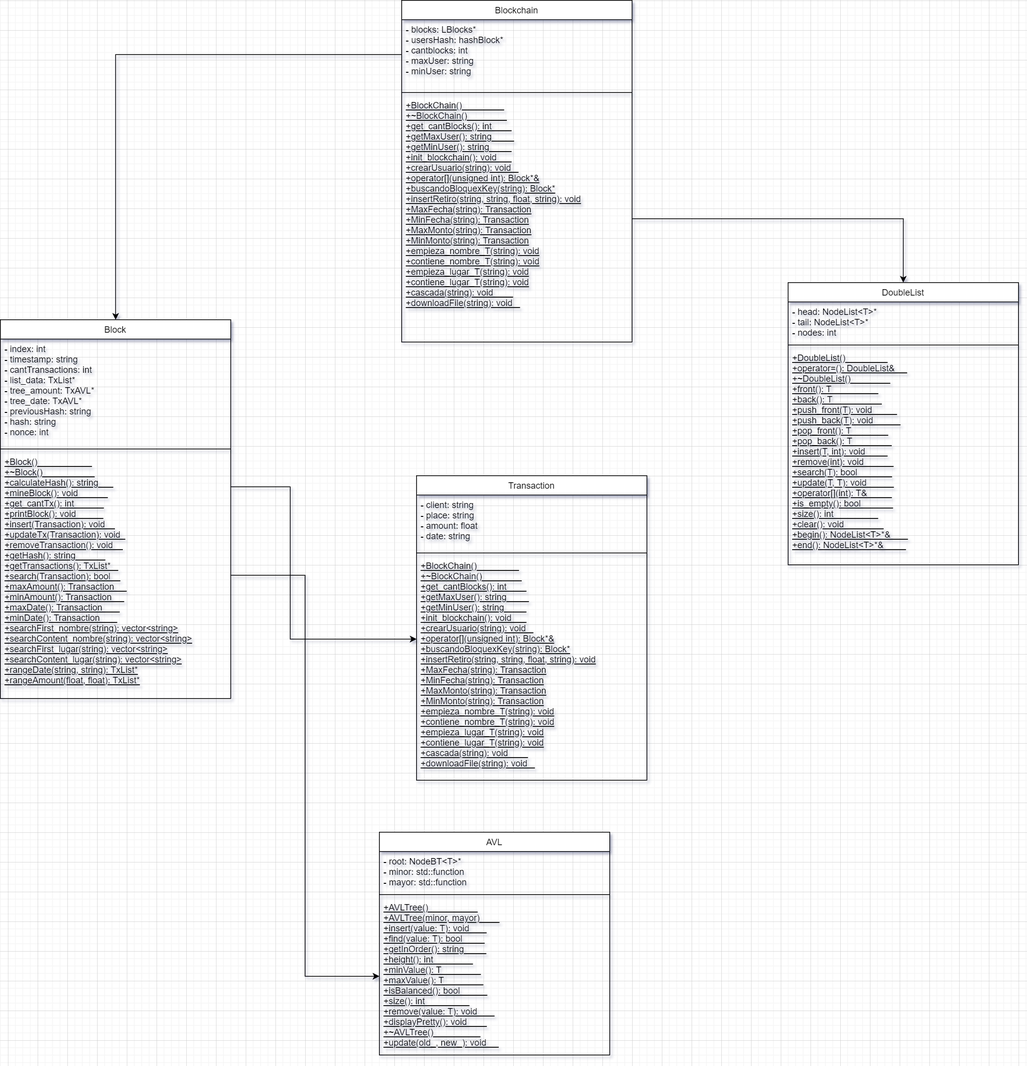
Before: assets/Blockchain.png, a diagram exported from draw.io (utec-cs-aed-2023-1/proyecto-proyecto-grupo-5). Source tidied: cells renumbered, new cells last; positions are measured from the earlier drawing's top-left corner, leaving out a move shared by most shapes. The source it was exported from:
```xml
<mxGraphModel>
  <root>
    <mxCell id="0" />
    <mxCell id="1" parent="0" />
    <mxCell id="2" style="edgeStyle=orthogonalEdgeStyle;rounded=0;jettySize=auto;html=1;" parent="1" edge="1" source="3" target="14">
      <mxGeometry relative="1" as="geometry">
        <Array as="points">
          <mxPoint x="390" y="655" />
          <mxPoint x="390" y="860" />
        </Array>
      </mxGeometry>
    </mxCell>
    <mxCell id="3" value="Block" style="swimlane;fontStyle=0;align=center;verticalAlign=top;horizontal=1;startSize=26;rounded=0;shadow=0;strokeWidth=1;" parent="1" vertex="1">
      <mxGeometry y="430" width="310" height="510" as="geometry" />
    </mxCell>
    <mxCell id="4" value="- index: int                  &#10;- timestamp: string           &#10;- cantTransactions: int       &#10;- list_data: TxList*          &#10;- tree_amount: TxAVL*         &#10;- tree_date: TxAVL*           &#10;- previousHash: string        &#10;- hash: string                &#10;- nonce: int " style="text;align=left;verticalAlign=top;spacingLeft=4;spacingRight=4;overflow=hidden;" parent="3" vertex="1">
      <mxGeometry y="26" width="310" height="144" as="geometry" />
    </mxCell>
    <mxCell id="5" style="line;html=1;strokeWidth=1;align=left;verticalAlign=middle;spacingTop=-1;spacingLeft=3;spacingRight=3;labelPosition=right;" parent="3" vertex="1">
      <mxGeometry y="170" width="310" height="8" as="geometry" />
    </mxCell>
    <mxCell id="6" value="+Block()                      &#10;+~Block()                     &#10;+calculateHash(): string      &#10;+mineBlock(): void            &#10;+get_cantTx(): int            &#10;+printBlock(): void           &#10;+insert(Transaction): void    &#10;+updateTx(Transaction): void  &#10;+removeTransaction(): void    &#10;+getHash(): string            &#10;+getTransactions(): TxList*   &#10;+search(Transaction): bool    &#10;+maxAmount(): Transaction     &#10;+minAmount(): Transaction     &#10;+maxDate(): Transaction       &#10;+minDate(): Transaction       &#10;+searchFirst_nombre(string): vector&lt;string&gt;&#10;+searchContent_nombre(string): vector&lt;string&gt;&#10;+searchFirst_lugar(string): vector&lt;string&gt;&#10;+searchContent_lugar(string): vector&lt;string&gt;&#10;+rangeDate(string, string): TxList*&#10;+rangeAmount(float, float): TxList*" style="text;align=left;verticalAlign=top;spacingLeft=4;spacingRight=4;overflow=hidden;points=[[0,0.5],[1,0.5]];portConstraint=eastwest;fontStyle=4;" parent="3" vertex="1">
      <mxGeometry y="178" width="310" height="332" as="geometry" />
    </mxCell>
    <mxCell id="7" value="Blockchain" style="swimlane;fontStyle=0;align=center;verticalAlign=top;horizontal=1;startSize=26;rounded=0;shadow=0;strokeWidth=1;" parent="1" vertex="1">
      <mxGeometry x="540" width="310" height="460" as="geometry" />
    </mxCell>
    <mxCell id="8" value="- blocks: LBlocks*            &#10;- usersHash: hashBlock*       &#10;- cantblocks: int             &#10;- maxUser: string             &#10;- minUser: string             " style="text;align=left;verticalAlign=top;spacingLeft=4;spacingRight=4;overflow=hidden;points=[[0,0.5],[1,0.5]];portConstraint=eastwest;" parent="7" vertex="1">
      <mxGeometry y="26" width="310" height="94" as="geometry" />
    </mxCell>
    <mxCell id="9" style="line;html=1;strokeWidth=1;align=left;verticalAlign=middle;spacingTop=-1;spacingLeft=3;spacingRight=3;labelPosition=right;" parent="7" vertex="1">
      <mxGeometry y="120" width="310" height="8" as="geometry" />
    </mxCell>
    <mxCell id="10" value="+BlockChain()                 &#10;+~BlockChain()                &#10;+get_cantBlocks(): int        &#10;+getMaxUser(): string         &#10;+getMinUser(): string         &#10;+init_blockchain(): void      &#10;+crearUsuario(string): void   &#10;+operator[](unsigned int): Block*&amp;&#10;+buscandoBloquexKey(string): Block*&#10;+insertRetiro(string, string, float, string): void&#10;+MaxFecha(string): Transaction&#10;+MinFecha(string): Transaction&#10;+MaxMonto(string): Transaction&#10;+MinMonto(string): Transaction&#10;+empieza_nombre_T(string): void&#10;+contiene_nombre_T(string): void&#10;+empieza_lugar_T(string): void&#10;+contiene_lugar_T(string): void&#10;+cascada(string): void        &#10;+downloadFile(string): void   " style="text;align=left;verticalAlign=top;spacingLeft=4;spacingRight=4;overflow=hidden;points=[[0,0.5],[1,0.5]];portConstraint=eastwest;fontStyle=4;" parent="7" vertex="1">
      <mxGeometry y="128" width="310" height="332" as="geometry" />
    </mxCell>
    <mxCell id="11" value="Transaction" style="swimlane;fontStyle=0;align=center;verticalAlign=top;horizontal=1;startSize=26;rounded=0;shadow=0;strokeWidth=1;" parent="1" vertex="1">
      <mxGeometry x="560" y="640" width="310" height="410" as="geometry" />
    </mxCell>
    <mxCell id="12" value="- client: string              &#10;- place: string               &#10;- amount: float               &#10;- date: string                " style="text;align=left;verticalAlign=top;spacingLeft=4;spacingRight=4;overflow=hidden;" parent="11" vertex="1">
      <mxGeometry y="26" width="310" height="74" as="geometry" />
    </mxCell>
    <mxCell id="13" style="line;html=1;strokeWidth=1;align=left;verticalAlign=middle;spacingTop=-1;spacingLeft=3;spacingRight=3;labelPosition=right;" parent="11" vertex="1">
      <mxGeometry y="100" width="310" height="8" as="geometry" />
    </mxCell>
    <mxCell id="14" value="+BlockChain()                 &#10;+~BlockChain()                &#10;+get_cantBlocks(): int        &#10;+getMaxUser(): string         &#10;+getMinUser(): string         &#10;+init_blockchain(): void      &#10;+crearUsuario(string): void   &#10;+operator[](unsigned int): Block*&amp;&#10;+buscandoBloquexKey(string): Block*&#10;+insertRetiro(string, string, float, string): void&#10;+MaxFecha(string): Transaction&#10;+MinFecha(string): Transaction&#10;+MaxMonto(string): Transaction&#10;+MinMonto(string): Transaction&#10;+empieza_nombre_T(string): void&#10;+contiene_nombre_T(string): void&#10;+empieza_lugar_T(string): void&#10;+contiene_lugar_T(string): void&#10;+cascada(string): void        &#10;+downloadFile(string): void   " style="text;align=left;verticalAlign=top;spacingLeft=4;spacingRight=4;overflow=hidden;points=[[0,0.5],[1,0.5]];portConstraint=eastwest;fontStyle=4;" parent="11" vertex="1">
      <mxGeometry y="108" width="310" height="302" as="geometry" />
    </mxCell>
    <mxCell id="15" style="edgeStyle=orthogonalEdgeStyle;rounded=0;jettySize=auto;html=1;" parent="1" edge="1" source="8" target="3">
      <mxGeometry relative="1" as="geometry" />
    </mxCell>
    <mxCell id="16" value="DoubleList" style="swimlane;fontStyle=0;align=center;verticalAlign=top;horizontal=1;startSize=26;rounded=0;shadow=0;strokeWidth=1;" parent="1" vertex="1">
      <mxGeometry x="1060" y="380" width="310" height="380" as="geometry" />
    </mxCell>
    <mxCell id="17" value="- head: NodeList&lt;T&gt;*          &#10;- tail: NodeList&lt;T&gt;*          &#10;- nodes: int                  " style="text;align=left;verticalAlign=top;spacingLeft=4;spacingRight=4;overflow=hidden;" parent="16" vertex="1">
      <mxGeometry y="26" width="310" height="54" as="geometry" />
    </mxCell>
    <mxCell id="18" style="line;html=1;strokeWidth=1;align=left;verticalAlign=middle;spacingTop=-1;spacingLeft=3;spacingRight=3;labelPosition=right;" parent="16" vertex="1">
      <mxGeometry y="80" width="310" height="8" as="geometry" />
    </mxCell>
    <mxCell id="19" value="+DoubleList()                 &#10;+operator=(): DoubleList&amp;     &#10;+~DoubleList()                &#10;+front(): T                   &#10;+back(): T                    &#10;+push_front(T): void          &#10;+push_back(T): void           &#10;+pop_front(): T               &#10;+pop_back(): T                &#10;+insert(T, int): void         &#10;+remove(int): void            &#10;+search(T): bool              &#10;+update(T, T): void           &#10;+operator[](int): T&amp;          &#10;+is_empty(): bool             &#10;+size(): int                  &#10;+clear(): void                &#10;+begin(): NodeList&lt;T&gt;*&amp;       &#10;+end(): NodeList&lt;T&gt;*&amp;         " style="text;align=left;verticalAlign=top;spacingLeft=4;spacingRight=4;overflow=hidden;fontStyle=4;" parent="16" vertex="1">
      <mxGeometry y="88" width="310" height="282" as="geometry" />
    </mxCell>
    <mxCell id="20" value="AVL" style="swimlane;fontStyle=0;align=center;verticalAlign=top;horizontal=1;startSize=26;rounded=0;shadow=0;strokeWidth=1;" parent="1" vertex="1">
      <mxGeometry x="510" y="1120" width="310" height="300" as="geometry" />
    </mxCell>
    <mxCell id="21" value="- root: NodeBT&lt;T&gt;*            &#10;- minor: std::function        &#10;- mayor: std::function        " style="text;align=left;verticalAlign=top;spacingLeft=4;spacingRight=4;overflow=hidden;" parent="20" vertex="1">
      <mxGeometry y="26" width="310" height="54" as="geometry" />
    </mxCell>
    <mxCell id="22" style="line;html=1;strokeWidth=1;align=left;verticalAlign=middle;spacingTop=-1;spacingLeft=3;spacingRight=3;labelPosition=right;" parent="20" vertex="1">
      <mxGeometry y="80" width="310" height="8" as="geometry" />
    </mxCell>
    <mxCell id="23" value="+AVLTree()                    &#10;+AVLTree(minor, mayor)        &#10;+insert(value: T): void       &#10;+find(value: T): bool         &#10;+getInOrder(): string         &#10;+height(): int                &#10;+minValue(): T                &#10;+maxValue(): T                &#10;+isBalanced(): bool           &#10;+size(): int                  &#10;+remove(value: T): void       &#10;+displayPretty(): void        &#10;+~AVLTree()                   &#10;+update(old_, new_): void     " style="text;align=left;verticalAlign=top;spacingLeft=4;spacingRight=4;overflow=hidden;points=[[0,0.5],[1,0.5]];portConstraint=eastwest;fontStyle=4;" parent="20" vertex="1">
      <mxGeometry y="88" width="310" height="212" as="geometry" />
    </mxCell>
    <mxCell id="24" style="edgeStyle=orthogonalEdgeStyle;rounded=0;jettySize=auto;html=1;" parent="1" edge="1" source="6" target="23">
      <mxGeometry relative="1" as="geometry" />
    </mxCell>
    <mxCell id="25" style="edgeStyle=orthogonalEdgeStyle;rounded=0;jettySize=auto;html=1;entryX=0.5;entryY=0;entryDx=0;entryDy=0;" parent="1" edge="1" source="10" target="16">
      <mxGeometry relative="1" as="geometry" />
    </mxCell>
  </root>
</mxGraphModel>
```
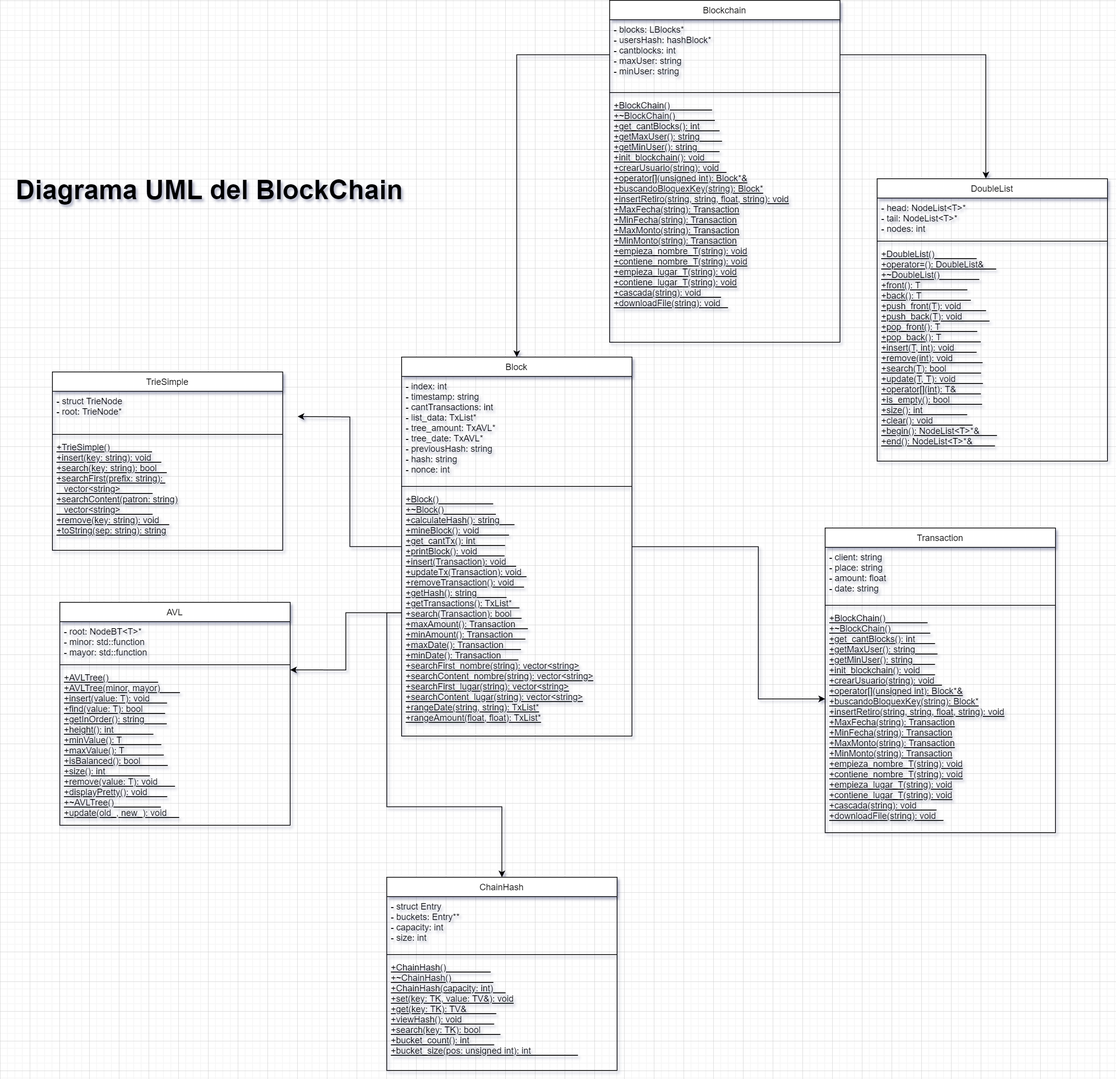
The same file after the commit.

Diff of the diagram source:
```diff
@@ -10,8 +10,13 @@
         </Array>
       </mxGeometry>
     </mxCell>
+    <mxCell id="26" style="edgeStyle=orthogonalEdgeStyle;rounded=0;jettySize=auto;html=1;" parent="1" edge="1" source="3">
+      <mxGeometry relative="1" as="geometry">
+        <mxPoint x="-230" y="480" as="targetPoint" />
+      </mxGeometry>
+    </mxCell>
     <mxCell id="3" value="Block" style="swimlane;fontStyle=0;align=center;verticalAlign=top;horizontal=1;startSize=26;rounded=0;shadow=0;strokeWidth=1;" parent="1" vertex="1">
-      <mxGeometry y="430" width="310" height="510" as="geometry" />
+      <mxGeometry x="-90" y="400" width="310" height="510" as="geometry" />
     </mxCell>
     <mxCell id="4" value="- index: int                  &#10;- timestamp: string           &#10;- cantTransactions: int       &#10;- list_data: TxList*          &#10;- tree_amount: TxAVL*         &#10;- tree_date: TxAVL*           &#10;- previousHash: string        &#10;- hash: string                &#10;- nonce: int " style="text;align=left;verticalAlign=top;spacingLeft=4;spacingRight=4;overflow=hidden;" parent="3" vertex="1">
       <mxGeometry y="26" width="310" height="144" as="geometry" />
@@ -23,7 +28,7 @@
       <mxGeometry y="178" width="310" height="332" as="geometry" />
     </mxCell>
     <mxCell id="7" value="Blockchain" style="swimlane;fontStyle=0;align=center;verticalAlign=top;horizontal=1;startSize=26;rounded=0;shadow=0;strokeWidth=1;" parent="1" vertex="1">
-      <mxGeometry x="540" width="310" height="460" as="geometry" />
+      <mxGeometry x="190" y="-80" width="310" height="460" as="geometry" />
     </mxCell>
     <mxCell id="8" value="- blocks: LBlocks*            &#10;- usersHash: hashBlock*       &#10;- cantblocks: int             &#10;- maxUser: string             &#10;- minUser: string             " style="text;align=left;verticalAlign=top;spacingLeft=4;spacingRight=4;overflow=hidden;points=[[0,0.5],[1,0.5]];portConstraint=eastwest;" parent="7" vertex="1">
       <mxGeometry y="26" width="310" height="94" as="geometry" />
@@ -35,7 +40,7 @@
       <mxGeometry y="128" width="310" height="332" as="geometry" />
     </mxCell>
     <mxCell id="11" value="Transaction" style="swimlane;fontStyle=0;align=center;verticalAlign=top;horizontal=1;startSize=26;rounded=0;shadow=0;strokeWidth=1;" parent="1" vertex="1">
-      <mxGeometry x="560" y="640" width="310" height="410" as="geometry" />
+      <mxGeometry x="480" y="630" width="310" height="410" as="geometry" />
     </mxCell>
     <mxCell id="12" value="- client: string              &#10;- place: string               &#10;- amount: float               &#10;- date: string                " style="text;align=left;verticalAlign=top;spacingLeft=4;spacingRight=4;overflow=hidden;" parent="11" vertex="1">
       <mxGeometry y="26" width="310" height="74" as="geometry" />
@@ -50,7 +55,7 @@
       <mxGeometry relative="1" as="geometry" />
     </mxCell>
     <mxCell id="16" value="DoubleList" style="swimlane;fontStyle=0;align=center;verticalAlign=top;horizontal=1;startSize=26;rounded=0;shadow=0;strokeWidth=1;" parent="1" vertex="1">
-      <mxGeometry x="1060" y="380" width="310" height="380" as="geometry" />
+      <mxGeometry x="550" y="160" width="310" height="380" as="geometry" />
     </mxCell>
     <mxCell id="17" value="- head: NodeList&lt;T&gt;*          &#10;- tail: NodeList&lt;T&gt;*          &#10;- nodes: int                  " style="text;align=left;verticalAlign=top;spacingLeft=4;spacingRight=4;overflow=hidden;" parent="16" vertex="1">
       <mxGeometry y="26" width="310" height="54" as="geometry" />
@@ -62,7 +67,7 @@
       <mxGeometry y="88" width="310" height="282" as="geometry" />
     </mxCell>
     <mxCell id="20" value="AVL" style="swimlane;fontStyle=0;align=center;verticalAlign=top;horizontal=1;startSize=26;rounded=0;shadow=0;strokeWidth=1;" parent="1" vertex="1">
-      <mxGeometry x="510" y="1120" width="310" height="300" as="geometry" />
+      <mxGeometry x="-550" y="730" width="310" height="300" as="geometry" />
     </mxCell>
     <mxCell id="21" value="- root: NodeBT&lt;T&gt;*            &#10;- minor: std::function        &#10;- mayor: std::function        " style="text;align=left;verticalAlign=top;spacingLeft=4;spacingRight=4;overflow=hidden;" parent="20" vertex="1">
       <mxGeometry y="26" width="310" height="54" as="geometry" />
@@ -73,11 +78,41 @@
     <mxCell id="23" value="+AVLTree()                    &#10;+AVLTree(minor, mayor)        &#10;+insert(value: T): void       &#10;+find(value: T): bool         &#10;+getInOrder(): string         &#10;+height(): int                &#10;+minValue(): T                &#10;+maxValue(): T                &#10;+isBalanced(): bool           &#10;+size(): int                  &#10;+remove(value: T): void       &#10;+displayPretty(): void        &#10;+~AVLTree()                   &#10;+update(old_, new_): void     " style="text;align=left;verticalAlign=top;spacingLeft=4;spacingRight=4;overflow=hidden;points=[[0,0.5],[1,0.5]];portConstraint=eastwest;fontStyle=4;" parent="20" vertex="1">
       <mxGeometry y="88" width="310" height="212" as="geometry" />
     </mxCell>
-    <mxCell id="24" style="edgeStyle=orthogonalEdgeStyle;rounded=0;jettySize=auto;html=1;" parent="1" edge="1" source="6" target="23">
+    <mxCell id="24" style="edgeStyle=orthogonalEdgeStyle;rounded=0;jettySize=auto;html=1;entryX=1;entryY=0.014;entryDx=0;entryDy=0;entryPerimeter=0;" parent="1" edge="1" source="6" target="23">
       <mxGeometry relative="1" as="geometry" />
     </mxCell>
-    <mxCell id="25" style="edgeStyle=orthogonalEdgeStyle;rounded=0;jettySize=auto;html=1;entryX=0.5;entryY=0;entryDx=0;entryDy=0;" parent="1" edge="1" source="10" target="16">
-      <mxGeometry relative="1" as="geometry" />
-    </mxCell>
+    <mxCell id="27" style="edgeStyle=orthogonalEdgeStyle;rounded=0;jettySize=auto;html=1;entryX=0.472;entryY=-0.001;entryDx=0;entryDy=0;entryPerimeter=0;" parent="1" edge="1" source="8" target="16">
+      <mxGeometry relative="1" as="geometry" />
+    </mxCell>
+    <mxCell id="28" value="TrieSimple" style="swimlane;fontStyle=0;align=center;verticalAlign=top;horizontal=1;startSize=26;rounded=0;shadow=0;strokeWidth=1;" parent="1" vertex="1">
+      <mxGeometry x="-560" y="420" width="310" height="240" as="geometry" />
+    </mxCell>
+    <mxCell id="29" value="- struct TrieNode             &#10;- root: TrieNode*  " style="text;align=left;verticalAlign=top;spacingLeft=4;spacingRight=4;overflow=hidden;" parent="28" vertex="1">
+      <mxGeometry y="26" width="310" height="54" as="geometry" />
+    </mxCell>
+    <mxCell id="30" style="line;html=1;strokeWidth=1;align=left;verticalAlign=middle;spacingTop=-1;spacingLeft=3;spacingRight=3;labelPosition=right;" parent="28" vertex="1">
+      <mxGeometry y="80" width="310" height="8" as="geometry" />
+    </mxCell>
+    <mxCell id="31" value="+TrieSimple()                 &#10;+insert(key: string): void    &#10;+search(key: string): bool    &#10;+searchFirst(prefix: string): &#10;   vector&lt;string&gt;             &#10;+searchContent(patron: string)&#10;   vector&lt;string&gt;             &#10;+remove(key: string): void    &#10;+toString(sep: string): string" style="text;align=left;verticalAlign=top;spacingLeft=4;spacingRight=4;overflow=hidden;fontStyle=4;" parent="28" vertex="1">
+      <mxGeometry y="88" width="310" height="152" as="geometry" />
+    </mxCell>
+    <mxCell id="32" value="&lt;font style=&quot;font-size: 36px;&quot;&gt;&lt;b style=&quot;&quot;&gt;Diagrama UML del BlockChain&lt;/b&gt;&lt;/font&gt;" style="text;html=1;strokeColor=none;fillColor=none;align=center;verticalAlign=middle;whiteSpace=wrap;rounded=0;" parent="1" vertex="1">
+      <mxGeometry x="-630" y="120" width="563" height="110" as="geometry" />
+    </mxCell>
+    <mxCell id="33" value="ChainHash" style="swimlane;fontStyle=0;align=center;verticalAlign=top;horizontal=1;startSize=26;rounded=0;shadow=0;strokeWidth=1;" parent="1" vertex="1">
+      <mxGeometry x="-110" y="1100" width="310" height="260" as="geometry" />
+    </mxCell>
+    <mxCell id="34" value="- struct Entry                &#10;- buckets: Entry**            &#10;- capacity: int               &#10;- size: int                   &#10;" style="text;align=left;verticalAlign=top;spacingLeft=4;spacingRight=4;overflow=hidden;" parent="33" vertex="1">
+      <mxGeometry y="26" width="310" height="74" as="geometry" />
+    </mxCell>
+    <mxCell id="35" style="line;html=1;strokeWidth=1;align=left;verticalAlign=middle;spacingTop=-1;spacingLeft=3;spacingRight=3;labelPosition=right;" parent="33" vertex="1">
+      <mxGeometry y="100" width="310" height="8" as="geometry" />
+    </mxCell>
+    <mxCell id="36" value="+ChainHash()                  &#10;+~ChainHash()                 &#10;+ChainHash(capacity: int)     &#10;+set(key: TK, value: TV&amp;): void&#10;+get(key: TK): TV&amp;            &#10;+viewHash(): void             &#10;+search(key: TK): bool        &#10;+bucket_count(): int          &#10;+bucket_size(pos: unsigned int): int                   &#10;" style="text;align=left;verticalAlign=top;spacingLeft=4;spacingRight=4;overflow=hidden;fontStyle=4;" parent="33" vertex="1">
+      <mxGeometry y="108" width="310" height="132" as="geometry" />
+    </mxCell>
+    <mxCell id="37" style="edgeStyle=orthogonalEdgeStyle;rounded=0;jettySize=auto;html=1;" parent="1" edge="1" source="6" target="33">
+      <mxGeometry relative="1" as="geometry" />
+    </mxCell>
   </root>
 </mxGraphModel>
```
